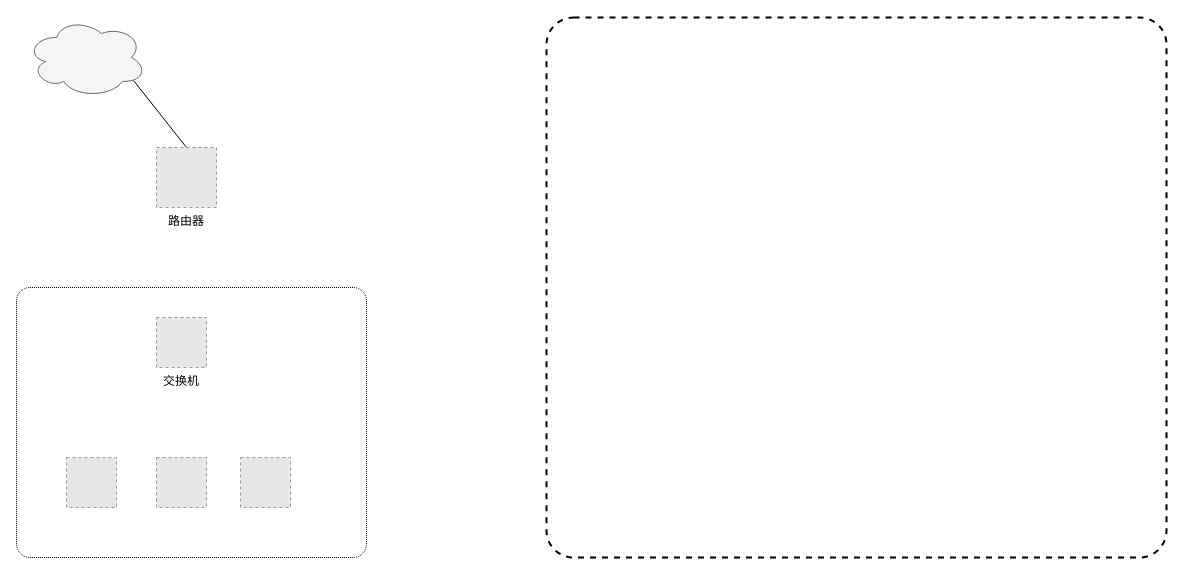
Above: drawio/虚拟机网络原理—仅主机模式.drawio in hezhuma/image-repo (draw.io), before the change. Source tidied: cells renumbered, new cells numbered last; positions are measured from the earlier drawing's top-left corner, leaving out a move shared by most shapes. Both pictures are drawn from the tidied source at 100%, with x=0, y=0 at pixel (16, 17). Pictures stored in the file or linked from it are replaced by grey dashed boxes.
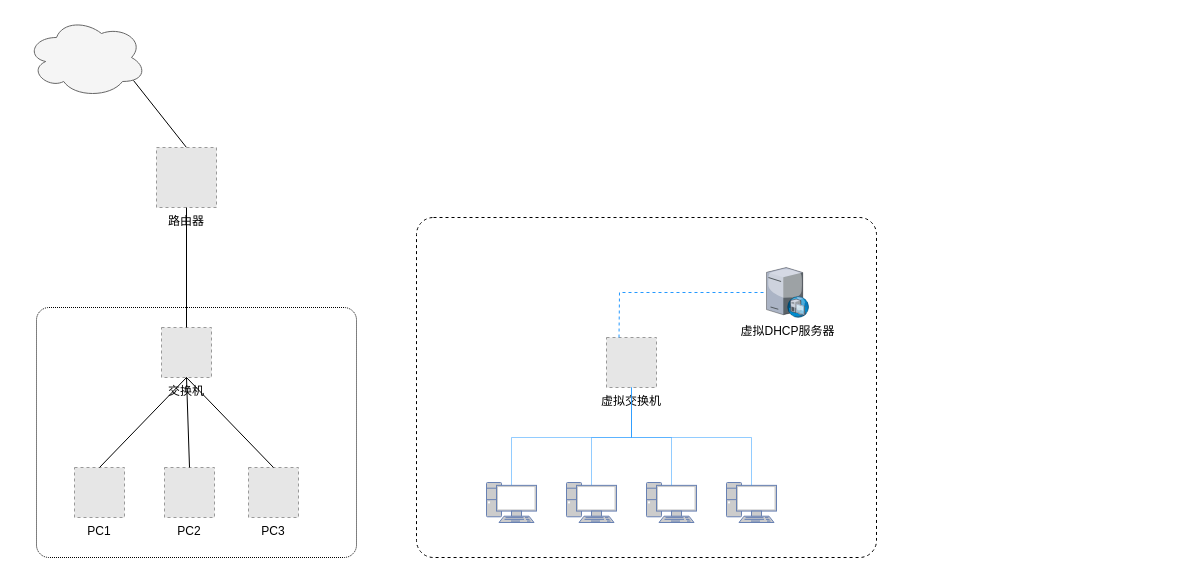
Above is the later version.

Commit message (it also covers changes not shown here):
Update 虚拟机网络原理—仅主机模式.drawio

Unchanged cells that the change refers to:
```xml
<mxCell id="7" value="路由器" style="fillColor=#E6E6E6;strokeColor=#999999;dashed=1;verticalLabelPosition=bottom;labelBackgroundColor=default;verticalAlign=top;" parent="1" vertex="1">
  <mxGeometry x="140" y="130" width="60" height="60" as="geometry" />
</mxCell>
```

What changed in the source:
```diff
@@
     <mxCell id="3" style="rounded=1;whiteSpace=wrap;html=1;arcSize=5;strokeWidth=1;dashed=1;dashPattern=1 1;" parent="1" vertex="1">
-      <mxGeometry y="270" width="350" height="270" as="geometry" />
+      <mxGeometry x="20" y="290" width="320" height="250" as="geometry" />
     </mxCell>
@@
-    <mxCell id="5" style="rounded=1;whiteSpace=wrap;html=1;arcSize=5;strokeWidth=2;dashed=1;" parent="1" vertex="1">
-      <mxGeometry x="530" width="620" height="540" as="geometry" />
+    <mxCell id="5" style="rounded=1;whiteSpace=wrap;html=1;arcSize=5;strokeWidth=1;dashed=1;" parent="1" vertex="1">
+      <mxGeometry x="400" y="200" width="460" height="340" as="geometry" />
     </mxCell>
-    <mxCell id="6" style="fillColor=#E6E6E6;strokeColor=#999999;dashed=1;verticalLabelPosition=bottom;labelBackgroundColor=default;verticalAlign=top;" parent="1" vertex="1">
-      <mxGeometry x="50" y="440" width="50" height="50" as="geometry" />
+    <mxCell id="6" value="PC1" style="fillColor=#E6E6E6;strokeColor=#999999;dashed=1;verticalLabelPosition=bottom;labelBackgroundColor=default;verticalAlign=top;" parent="1" vertex="1">
+      <mxGeometry x="58" y="450" width="50" height="50" as="geometry" />
     </mxCell>
@@
-    <mxCell id="8" style="fillColor=#E6E6E6;strokeColor=#999999;dashed=1;verticalLabelPosition=bottom;labelBackgroundColor=default;verticalAlign=top;" parent="1" vertex="1">
-      <mxGeometry x="140" y="440" width="50" height="50" as="geometry" />
+    <mxCell id="8" value="PC2" style="fillColor=#E6E6E6;strokeColor=#999999;dashed=1;verticalLabelPosition=bottom;labelBackgroundColor=default;verticalAlign=top;" parent="1" vertex="1">
+      <mxGeometry x="148" y="450" width="50" height="50" as="geometry" />
     </mxCell>
-    <mxCell id="9" style="fillColor=#E6E6E6;strokeColor=#999999;dashed=1;verticalLabelPosition=bottom;labelBackgroundColor=default;verticalAlign=top;" parent="1" vertex="1">
-      <mxGeometry x="224" y="440" width="50" height="50" as="geometry" />
+    <mxCell id="9" value="PC3" style="fillColor=#E6E6E6;strokeColor=#999999;dashed=1;verticalLabelPosition=bottom;labelBackgroundColor=default;verticalAlign=top;" parent="1" vertex="1">
+      <mxGeometry x="232" y="450" width="50" height="50" as="geometry" />
     </mxCell>
     <mxCell id="10" value="交换机" style="fillColor=#E6E6E6;strokeColor=#999999;dashed=1;verticalLabelPosition=bottom;labelBackgroundColor=default;verticalAlign=top;" parent="1" vertex="1">
-      <mxGeometry x="140" y="300" width="50" height="50" as="geometry" />
+      <mxGeometry x="145" y="310" width="50" height="50" as="geometry" />
     </mxCell>
+    <mxCell id="11" style="endArrow=none;html=1;rounded=0;entryX=0.5;entryY=1;entryDx=0;entryDy=0;exitX=0.5;exitY=0;exitDx=0;exitDy=0;" parent="1" edge="1" source="10" target="7">
+      <mxGeometry relative="1" as="geometry" />
+    </mxCell>
+    <mxCell id="12" style="endArrow=none;html=1;rounded=0;entryX=0.5;entryY=1;entryDx=0;entryDy=0;exitX=0.5;exitY=0;exitDx=0;exitDy=0;" parent="1" edge="1" source="6" target="10">
+      <mxGeometry relative="1" as="geometry" />
+    </mxCell>
+    <mxCell id="13" style="endArrow=none;html=1;rounded=0;entryX=0.5;entryY=1;entryDx=0;entryDy=0;exitX=0.5;exitY=0;exitDx=0;exitDy=0;" parent="1" edge="1" source="8" target="10">
+      <mxGeometry relative="1" as="geometry" />
+    </mxCell>
+    <mxCell id="14" style="endArrow=none;html=1;rounded=0;entryX=0.5;entryY=1;entryDx=0;entryDy=0;exitX=0.5;exitY=0;exitDx=0;exitDy=0;" parent="1" edge="1" source="9" target="10">
+      <mxGeometry relative="1" as="geometry" />
+    </mxCell>
+    <mxCell id="15" value="虚拟DHCP服务器" style="verticalLabelPosition=bottom;sketch=0;html=1;verticalAlign=top;strokeColor=none;align=center;outlineConnect=0;shape=mxgraph.citrix.dhcp_server;" parent="1" vertex="1">
+      <mxGeometry x="750" y="250" width="42.2" height="50" as="geometry" />
+    </mxCell>
+    <mxCell id="16" value="虚拟交换机" style="fillColor=#E6E6E6;strokeColor=#999999;dashed=1;verticalLabelPosition=bottom;labelBackgroundColor=default;verticalAlign=top;" parent="1" vertex="1">
+      <mxGeometry x="590" y="320" width="50" height="50" as="geometry" />
+    </mxCell>
+    <mxCell id="17" style="endArrow=none;html=1;rounded=0;exitX=0.5;exitY=0.07;exitDx=0;exitDy=0;exitPerimeter=0;strokeColor=#2499FF;strokeWidth=0.5;" parent="1" edge="1" source="18" target="16">
+      <mxGeometry relative="1" as="geometry">
+        <Array as="points">
+          <mxPoint x="495" y="420" />
+          <mxPoint x="615" y="420" />
+        </Array>
+      </mxGeometry>
+    </mxCell>
+    <mxCell id="18" style="fontColor=#0066CC;verticalAlign=top;verticalLabelPosition=bottom;labelPosition=center;align=center;html=1;outlineConnect=0;fillColor=#CCCCCC;strokeColor=#6881B3;gradientColor=none;gradientDirection=north;strokeWidth=2;shape=mxgraph.networks.pc;" parent="1" vertex="1">
+      <mxGeometry x="470" y="465" width="50" height="40" as="geometry" />
+    </mxCell>
+    <mxCell id="19" style="endArrow=none;html=1;rounded=0;strokeColor=#2499FF;entryX=0.5;entryY=1;entryDx=0;entryDy=0;exitX=0.5;exitY=0.07;exitDx=0;exitDy=0;exitPerimeter=0;strokeWidth=0.5;" parent="1" edge="1" source="20" target="16">
+      <mxGeometry relative="1" as="geometry">
+        <Array as="points">
+          <mxPoint x="575" y="420" />
+          <mxPoint x="615" y="420" />
+        </Array>
+      </mxGeometry>
+    </mxCell>
+    <mxCell id="20" style="fontColor=#0066CC;verticalAlign=top;verticalLabelPosition=bottom;labelPosition=center;align=center;html=1;outlineConnect=0;fillColor=#CCCCCC;strokeColor=#6881B3;gradientColor=none;gradientDirection=north;strokeWidth=2;shape=mxgraph.networks.pc;" parent="1" vertex="1">
+      <mxGeometry x="550" y="465" width="50" height="40" as="geometry" />
+    </mxCell>
+    <mxCell id="21" style="fontColor=#0066CC;verticalAlign=top;verticalLabelPosition=bottom;labelPosition=center;align=center;html=1;outlineConnect=0;fillColor=#CCCCCC;strokeColor=#6881B3;gradientColor=none;gradientDirection=north;strokeWidth=2;shape=mxgraph.networks.pc;" parent="1" vertex="1">
+      <mxGeometry x="630" y="465" width="50" height="40" as="geometry" />
+    </mxCell>
+    <mxCell id="22" style="fontColor=#0066CC;verticalAlign=top;verticalLabelPosition=bottom;labelPosition=center;align=center;html=1;outlineConnect=0;fillColor=#CCCCCC;strokeColor=#6881B3;gradientColor=none;gradientDirection=north;strokeWidth=2;shape=mxgraph.networks.pc;" parent="1" vertex="1">
+      <mxGeometry x="710" y="465" width="50" height="40" as="geometry" />
+    </mxCell>
+    <mxCell id="23" style="endArrow=none;html=1;rounded=0;strokeColor=#2499FF;entryX=0.5;entryY=1;entryDx=0;entryDy=0;exitX=0.5;exitY=0.07;exitDx=0;exitDy=0;exitPerimeter=0;strokeWidth=0.5;" parent="1" edge="1" source="21" target="16">
+      <mxGeometry relative="1" as="geometry">
+        <Array as="points">
+          <mxPoint x="655" y="420" />
+          <mxPoint x="615" y="420" />
+        </Array>
+      </mxGeometry>
+    </mxCell>
+    <mxCell id="24" style="endArrow=none;html=1;rounded=0;strokeColor=#2499FF;entryX=0.5;entryY=1;entryDx=0;entryDy=0;exitX=0.5;exitY=0.07;exitDx=0;exitDy=0;exitPerimeter=0;strokeWidth=0.5;" parent="1" edge="1" source="22" target="16">
+      <mxGeometry relative="1" as="geometry">
+        <Array as="points">
+          <mxPoint x="735" y="420" />
+          <mxPoint x="615" y="420" />
+        </Array>
+      </mxGeometry>
+    </mxCell>
+    <mxCell id="25" style="endArrow=none;html=1;rounded=0;strokeColor=#2499FF;strokeWidth=1;exitX=0.25;exitY=0;exitDx=0;exitDy=0;dashed=1;" parent="1" edge="1" source="16" target="15">
+      <mxGeometry relative="1" as="geometry">
+        <Array as="points">
+          <mxPoint x="603" y="275" />
+        </Array>
+      </mxGeometry>
+    </mxCell>
```
